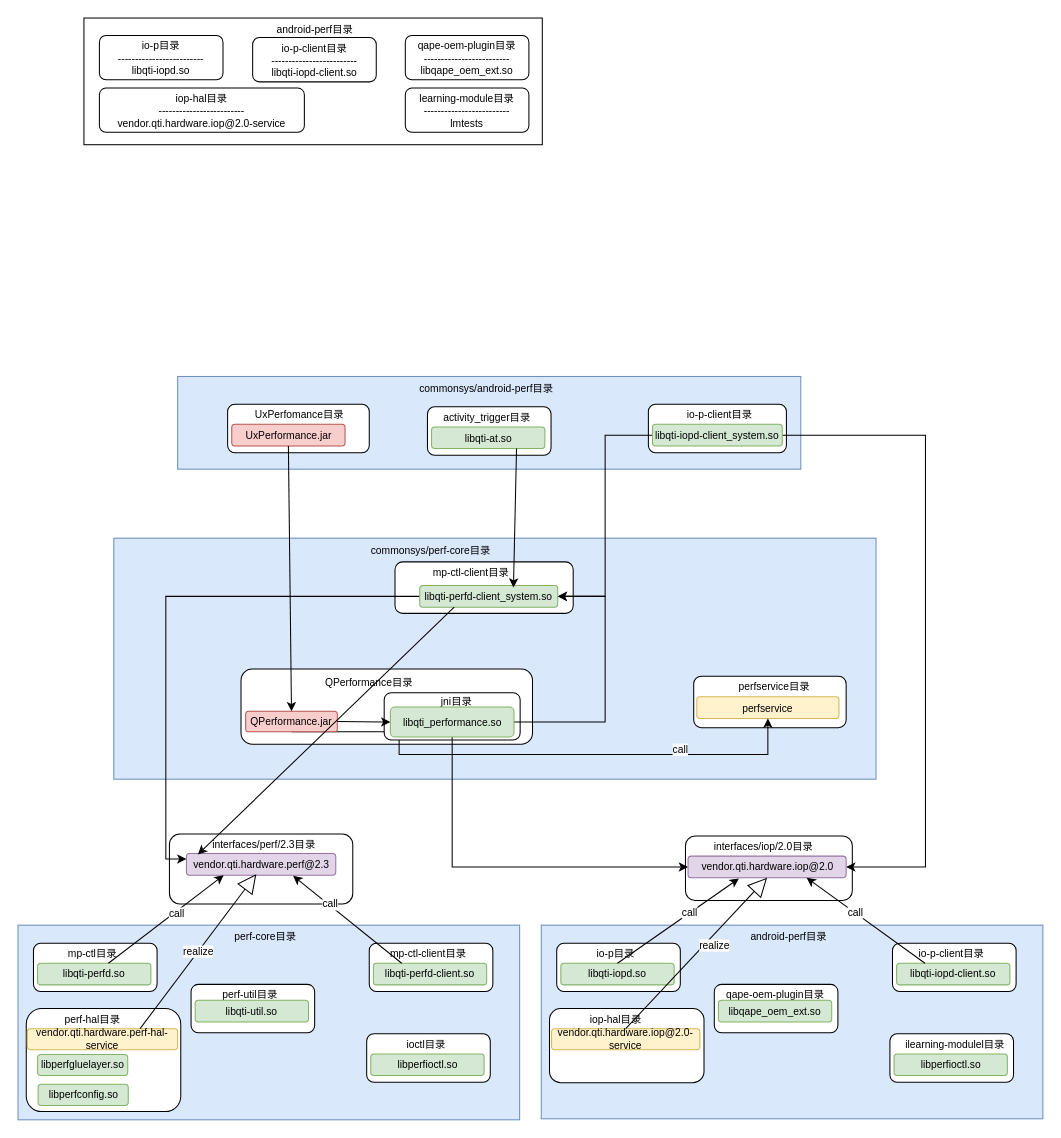
jasonactions/graph keeps this draw.io diagram as qcom.drawio. Above is the earlier version. Source tidied: cells renumbered, new cells numbered last; positions are measured from the earlier drawing's top-left corner, leaving out a move shared by most shapes. Both pictures are drawn from the tidied source at 103%, with x=0, y=0 at pixel (18, 18).
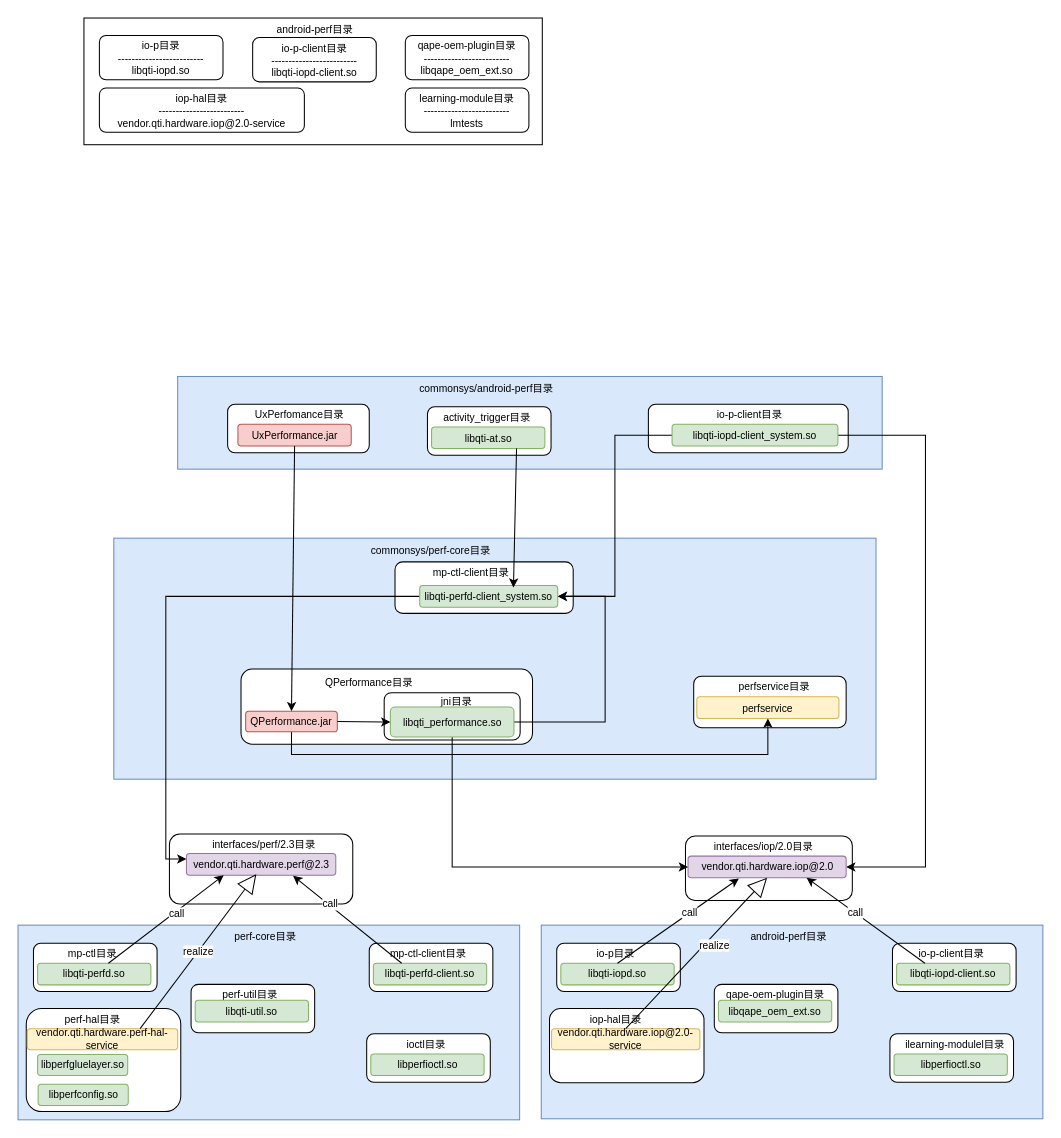
The same page after the edit.

The change refers to these unchanged cells:
```xml
<mxCell id="2" style="group;" parent="1" vertex="1">
  <mxGeometry width="995" height="908" as="geometry" />
</mxCell>
<mxCell id="24" value="libqti-perfd-client_system.so" style="rounded=1;whiteSpace=wrap;html=1;fontSize=10;fillColor=#d5e8d4;strokeColor=#82b366;" parent="2" vertex="1">
  <mxGeometry x="390" y="551" width="134" height="21" as="geometry" />
</mxCell>
<mxCell id="27" value="perfservice" style="rounded=1;whiteSpace=wrap;html=1;fontSize=10;fillColor=#fff2cc;strokeColor=#d6b656;" parent="2" vertex="1">
  <mxGeometry x="659" y="659" width="138" height="21" as="geometry" />
</mxCell>
<mxCell id="29" value="QPerformance.jar" style="rounded=1;whiteSpace=wrap;html=1;fontSize=10;fillColor=#f8cecc;strokeColor=#b85450;" parent="2" vertex="1">
  <mxGeometry x="221" y="673" width="89" height="20" as="geometry" />
</mxCell>
<mxCell id="57" value="vendor.qti.hardware.perf@2.3" style="rounded=1;whiteSpace=wrap;html=1;fontSize=10;fillColor=#e1d5e7;strokeColor=#9673a6;" parent="2" vertex="1">
  <mxGeometry x="163.5" y="811.2" width="145" height="21" as="geometry" />
</mxCell>
```

Diff of the diagram source:
```diff
@@
     <mxCell id="6" style="rounded=0;whiteSpace=wrap;html=1;fontSize=10;fillColor=#dae8fc;strokeColor=#6c8ebf;" parent="2" vertex="1">
-      <mxGeometry x="155" y="348" width="605" height="90" as="geometry" />
+      <mxGeometry x="155" y="348" width="684" height="90" as="geometry" />
     </mxCell>
@@
     <mxCell id="28" style="edgeStyle=orthogonalEdgeStyle;rounded=0;jettySize=auto;html=1;entryX=0.5;entryY=1;entryDx=0;entryDy=0;fontSize=10;exitX=0.5;exitY=1;exitDx=0;exitDy=0;" parent="2" edge="1" source="29" target="27">
       <mxGeometry relative="1" as="geometry">
         <Array as="points">
-          <mxPoint x="370" y="715" />
+          <mxPoint x="266" y="715" />
           <mxPoint x="728" y="715" />
         </Array>
       </mxGeometry>
     </mxCell>
@@
     <mxCell id="32" style="rounded=1;whiteSpace=wrap;html=1;fontSize=10;" parent="2" vertex="1">
-      <mxGeometry x="612" y="375" width="134" height="47" as="geometry" />
+      <mxGeometry x="612" y="375" width="194" height="47" as="geometry" />
     </mxCell>
     <mxCell id="33" value="&lt;div style=&quot;font-size: 10px;&quot;&gt;&lt;div style=&quot;font-size: 10px;&quot;&gt;io-p-client目录&lt;/div&gt;&lt;/div&gt;" style="text;html=1;strokeColor=none;fillColor=none;align=center;verticalAlign=middle;whiteSpace=wrap;rounded=0;fontSize=10;" parent="2" vertex="1">
-      <mxGeometry x="637" y="370" width="89" height="30" as="geometry" />
+      <mxGeometry x="666" y="370" width="89" height="30" as="geometry" />
     </mxCell>
@@
     <mxCell id="36" value="libqti-iopd-client_system.so" style="rounded=1;whiteSpace=wrap;html=1;fontSize=10;fillColor=#d5e8d4;strokeColor=#82b366;" parent="2" vertex="1">
-      <mxGeometry x="616" y="394.5" width="126" height="21" as="geometry" />
+      <mxGeometry x="635" y="394.5" width="161" height="21" as="geometry" />
     </mxCell>
@@
     <mxCell id="39" value="UxPerformance.jar" style="rounded=1;whiteSpace=wrap;html=1;fontSize=10;fillColor=#f8cecc;strokeColor=#b85450;" parent="2" vertex="1">
-      <mxGeometry x="207.5" y="394.5" width="110" height="21" as="geometry" />
+      <mxGeometry x="213.5" y="394.5" width="110" height="21" as="geometry" />
     </mxCell>
@@
-    <mxCell id="90" style="endArrow=classic;html=1;rounded=0;fontSize=10;exitX=0.25;exitY=1;exitDx=0;exitDy=0;entryX=0.077;entryY=0.04;entryDx=0;entryDy=0;entryPerimeter=0;" parent="2" edge="1" source="24" target="57">
-      <mxGeometry relative="1" as="geometry" />
-    </mxCell>
-    <mxCell id="91" value="call" style="edgeLabel;html=1;align=center;verticalAlign=middle;fontSize=10;" parent="90" vertex="1">
-      <mxGeometry x="-0.22" y="-2" relative="1" as="geometry">
-        <mxPoint x="318" y="45" as="offset" />
-      </mxGeometry>
-    </mxCell>
```
